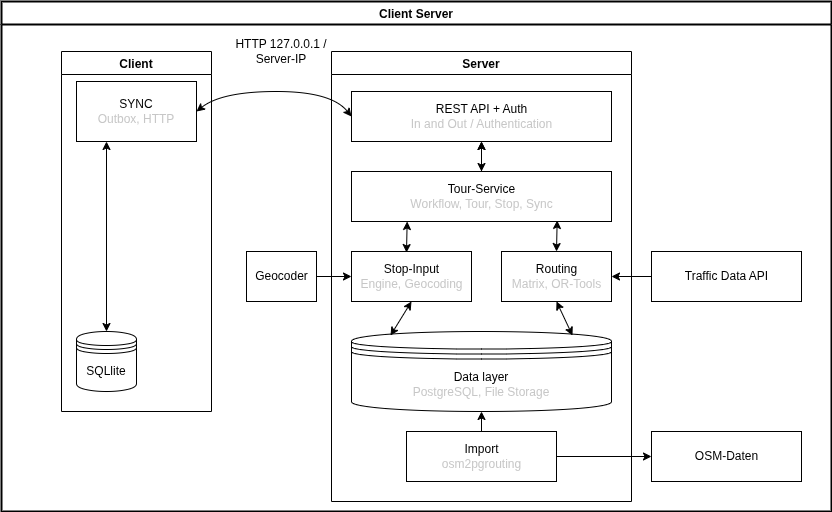
Above: docs/architecture/data-architecture.drawio.png in gabrielbindi/VoBi-Tour (draw.io), before the change. Source tidied: cells renumbered, new cells last; positions are measured from the earlier drawing's top-left corner, leaving out a move shared by most shapes.
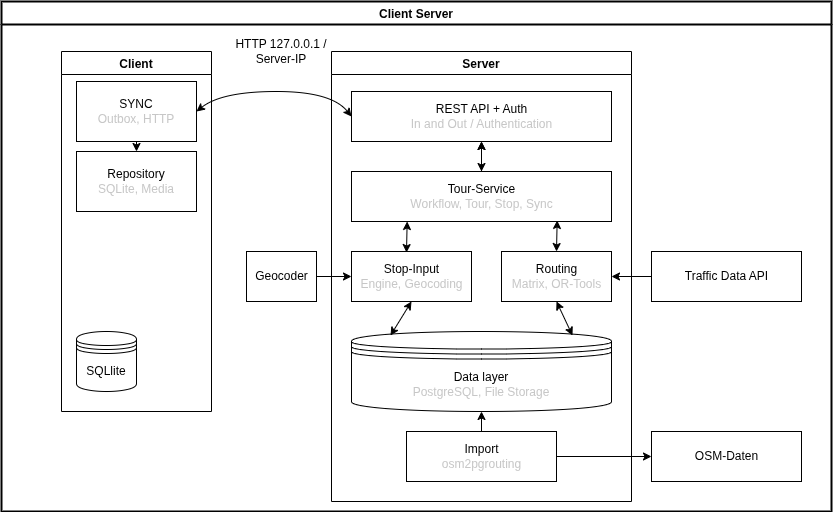
Later version of the same file.

Commit message:
#18 Repo on Client File Storage

Change to the diagram source:
```diff
@@ -53,15 +53,18 @@
     <mxCell id="17" value="Client" style="swimlane;strokeColor=#000000;" parent="2" vertex="1">
       <mxGeometry x="60" y="50" width="150" height="360" as="geometry" />
     </mxCell>
+    <mxCell id="29" style="edgeStyle=none;html=1;strokeColor=#000000;fontColor=#C7C7C7;endArrow=classic;endFill=1;" parent="17" edge="1" source="18" target="30">
+      <mxGeometry relative="1" as="geometry" />
+    </mxCell>
     <mxCell id="18" value="SYNC&lt;br&gt;&lt;font color=&quot;#c7c7c7&quot;&gt;Outbox, HTTP&lt;/font&gt;" style="rounded=0;whiteSpace=wrap;html=1;" parent="17" vertex="1">
       <mxGeometry x="15" y="30" width="120" height="60" as="geometry" />
     </mxCell>
     <mxCell id="19" value="SQLlite" style="shape=datastore;whiteSpace=wrap;html=1;" parent="17" vertex="1">
       <mxGeometry x="15" y="280" width="60" height="60" as="geometry" />
     </mxCell>
-    <mxCell id="20" style="endArrow=classic;startArrow=classic;html=1;exitX=0.5;exitY=0;exitDx=0;exitDy=0;entryX=0.25;entryY=1;entryDx=0;entryDy=0;strokeColor=#000000;" parent="17" edge="1" source="19" target="18">
-      <mxGeometry relative="1" as="geometry" />
-    </mxCell>
+    <mxCell id="30" value="Repository&lt;br&gt;&lt;font color=&quot;#c7c7c7&quot;&gt;SQLite, Media&lt;/font&gt;" style="rounded=0;whiteSpace=wrap;html=1;" parent="17" vertex="1">
+      <mxGeometry x="15" y="100" width="120" height="60" as="geometry" />
+    </mxCell>
     <mxCell id="21" style="curved=1;endArrow=classic;html=1;exitX=0;exitY=0.5;exitDx=0;exitDy=0;entryX=1;entryY=0.5;entryDx=0;entryDy=0;strokeColor=#000000;endFill=1;startArrow=classic;startFill=1;" parent="2" edge="1" source="4" target="18">
       <mxGeometry x="0.12" y="-7.13" relative="1" as="geometry">
         <Array as="points">
```
